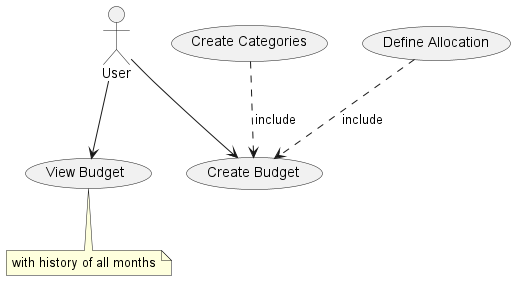
This is diagram_use_cases.png from vinvin129/budget-manager, a PlantUML export, as it was before one commit.
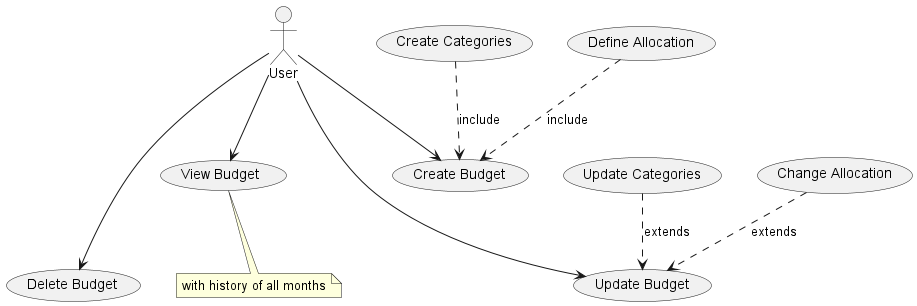
Above is the later version.

Commit message:
add delete and update budget use cases

The edit, as a diff of the source:
```diff
@@ -5,11 +5,20 @@
 (Create Budget) as CreateBudget
 (Create Categories) as CreateCategories
 (Define Allocation) as DefineAllocation
+(Update Budget) as UpdateBudget
+(Update Categories) as UpdateCategories
+(Change Allocation) as ChangeAllocation
+(Delete Budget) as DeleteBudget
 
 User --> CreateBudget
 User --> ViewBudget
+User ---> UpdateBudget
+User ---> DeleteBudget
+
 DefineAllocation ..> CreateBudget : include
 CreateCategories ..> CreateBudget : include
+ChangeAllocation ..> UpdateBudget : extends
+UpdateCategories ..> UpdateBudget : extends
 
 note bottom of ViewBudget
     with history of all months
```
